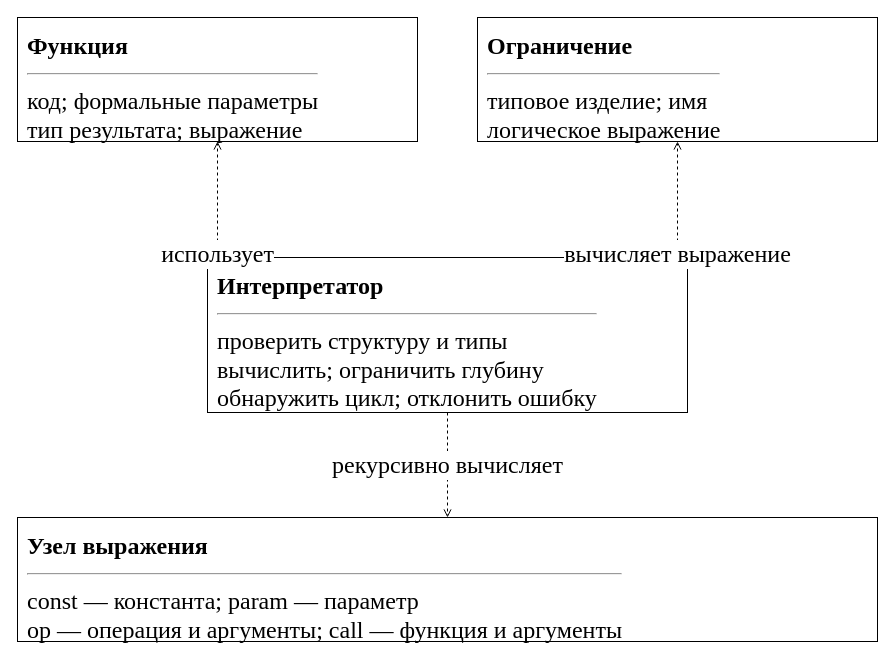
10xtheo/mispris-sem7 keeps this draw.io diagram as utils/lab7/diagrams/04_classes_interpreter.drawio. Above is the earlier version. Source tidied: cells renumbered, new cells numbered last; positions are measured from the earlier drawing's top-left corner, leaving out a move shared by most shapes. Both pictures are drawn from the tidied source at 100%, with x=0, y=0 at pixel (17, 17).
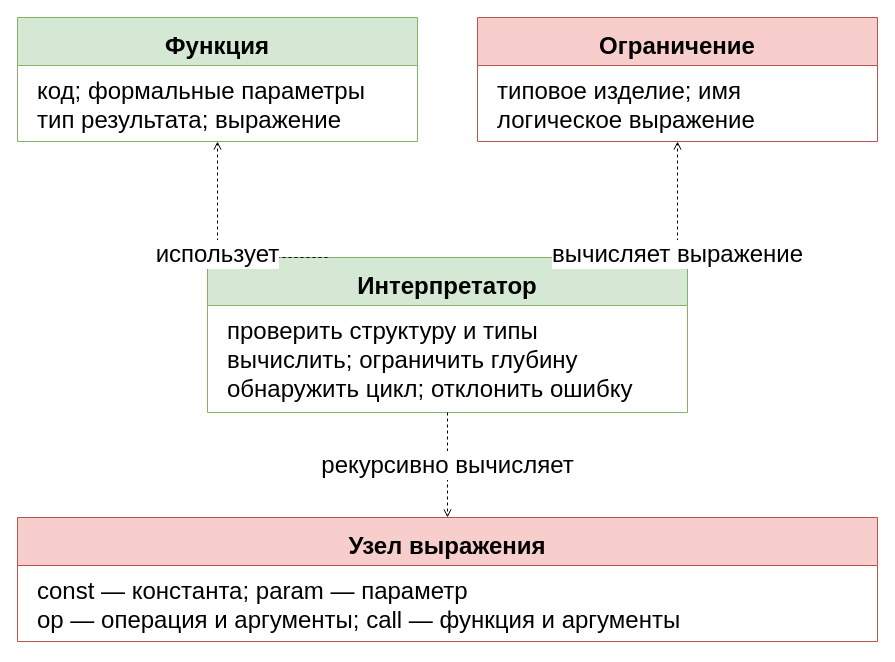
The same page after the edit.

Change to the diagram source:
```diff
@@
 <mxGraphModel>
   <root>
     <mxCell id="0" />
     <mxCell id="1" parent="0" />
-    <mxCell id="2" value="&lt;b&gt;Функция&lt;/b&gt;&lt;hr&gt;код; формальные параметры&lt;br&gt;тип результата; выражение" style="rounded=0;whiteSpace=wrap;html=1;align=left;verticalAlign=top;fontFamily=Times New Roman;fontSize=24;spacing=10;fillColor=#ffffff;strokeColor=#000000;" parent="1" vertex="1">
+    <mxCell id="2" value="Функция" style="rounded=0;whiteSpace=wrap;html=1;align=center;verticalAlign=top;fontFamily=Arial;fontSize=24;spacing=10;fillColor=#d5e8d4;strokeColor=#82b366;shape=swimlane;startSize=48;fontStyle=1;swimlaneFillColor=#ffffff;" parent="1" vertex="1">
       <mxGeometry width="400" height="124" as="geometry" />
     </mxCell>
+    <mxCell id="9" value="код; формальные параметры&lt;br&gt;тип результата; выражение" style="text;html=1;align=left;verticalAlign=top;fontFamily=Arial;fontSize=24;spacingLeft=18;spacingTop=5;fillColor=none;strokeColor=none;" parent="2" vertex="1">
+      <mxGeometry y="48" width="400" height="76" as="geometry" />
+    </mxCell>
-    <mxCell id="3" value="&lt;b&gt;Ограничение&lt;/b&gt;&lt;hr&gt;типовое изделие; имя&lt;br&gt;логическое выражение" style="rounded=0;whiteSpace=wrap;html=1;align=left;verticalAlign=top;fontFamily=Times New Roman;fontSize=24;spacing=10;fillColor=#ffffff;strokeColor=#000000;" parent="1" vertex="1">
+    <mxCell id="3" value="Ограничение" style="rounded=0;whiteSpace=wrap;html=1;align=center;verticalAlign=top;fontFamily=Arial;fontSize=24;spacing=10;fillColor=#f8cecc;strokeColor=#b85450;shape=swimlane;startSize=48;fontStyle=1;swimlaneFillColor=#ffffff;" parent="1" vertex="1">
       <mxGeometry x="460" width="400" height="124" as="geometry" />
     </mxCell>
+    <mxCell id="10" value="типовое изделие; имя&lt;br&gt;логическое выражение" style="text;html=1;align=left;verticalAlign=top;fontFamily=Arial;fontSize=24;spacingLeft=18;spacingTop=5;fillColor=none;strokeColor=none;" parent="3" vertex="1">
+      <mxGeometry y="48" width="400" height="76" as="geometry" />
+    </mxCell>
-    <mxCell id="4" value="&lt;b&gt;Интерпретатор&lt;/b&gt;&lt;hr&gt;проверить структуру и типы&lt;br&gt;вычислить; ограничить глубину&lt;br&gt;обнаружить цикл; отклонить ошибку" style="rounded=0;whiteSpace=wrap;html=1;align=left;verticalAlign=top;fontFamily=Times New Roman;fontSize=24;spacing=10;fillColor=#ffffff;strokeColor=#000000;" parent="1" vertex="1">
+    <mxCell id="4" value="Интерпретатор" style="rounded=0;whiteSpace=wrap;html=1;align=center;verticalAlign=top;fontFamily=Arial;fontSize=24;spacing=10;fillColor=#d5e8d4;strokeColor=#82b366;shape=swimlane;startSize=48;fontStyle=1;swimlaneFillColor=#ffffff;" parent="1" vertex="1">
       <mxGeometry x="190" y="240" width="480" height="155" as="geometry" />
     </mxCell>
+    <mxCell id="11" value="проверить структуру и типы&lt;br&gt;вычислить; ограничить глубину&lt;br&gt;обнаружить цикл; отклонить ошибку" style="text;html=1;align=left;verticalAlign=top;fontFamily=Arial;fontSize=24;spacingLeft=18;spacingTop=5;fillColor=none;strokeColor=none;" parent="4" vertex="1">
+      <mxGeometry y="48" width="480" height="107" as="geometry" />
+    </mxCell>
-    <mxCell id="5" value="&lt;b&gt;Узел выражения&lt;/b&gt;&lt;hr&gt;const — константа; param — параметр&lt;br&gt;op — операция и аргументы; call — функция и аргументы" style="rounded=0;whiteSpace=wrap;html=1;align=left;verticalAlign=top;fontFamily=Times New Roman;fontSize=24;spacing=10;fillColor=#ffffff;strokeColor=#000000;" parent="1" vertex="1">
+    <mxCell id="5" value="Узел выражения" style="rounded=0;whiteSpace=wrap;html=1;align=center;verticalAlign=top;fontFamily=Arial;fontSize=24;spacing=10;fillColor=#f8cecc;strokeColor=#b85450;shape=swimlane;startSize=48;fontStyle=1;swimlaneFillColor=#ffffff;" parent="1" vertex="1">
       <mxGeometry y="500" width="860" height="124" as="geometry" />
     </mxCell>
+    <mxCell id="12" value="const — константа; param — параметр&lt;br&gt;op — операция и аргументы; call — функция и аргументы" style="text;html=1;align=left;verticalAlign=top;fontFamily=Arial;fontSize=24;spacingLeft=18;spacingTop=5;fillColor=none;strokeColor=none;" parent="5" vertex="1">
+      <mxGeometry y="48" width="860" height="76" as="geometry" />
+    </mxCell>
-    <mxCell id="6" value="использует" style="edgeStyle=orthogonalEdgeStyle;rounded=0;html=1;endArrow=open;fontFamily=Times New Roman;fontSize=24;labelBackgroundColor=#ffffff;exitX=0.25;exitY=0.0;entryX=0.5;entryY=1.0;dashed=1;endArrow=open;" parent="1" edge="1" source="4" target="2">
+    <mxCell id="6" value="использует" style="edgeStyle=orthogonalEdgeStyle;rounded=0;html=1;endArrow=open;fontFamily=Arial;fontSize=24;labelBackgroundColor=#ffffff;exitX=0.25;exitY=0.0;entryX=0.5;entryY=1.0;dashed=1;endArrow=open;" parent="1" edge="1" source="4" target="2">
       <mxGeometry relative="1" as="geometry">
         <Array as="points">
           <mxPoint x="310" y="240" />
           <mxPoint x="200" y="240" />
         </Array>
       </mxGeometry>
     </mxCell>
-    <mxCell id="7" value="вычисляет выражение" style="edgeStyle=orthogonalEdgeStyle;rounded=0;html=1;endArrow=open;fontFamily=Times New Roman;fontSize=24;labelBackgroundColor=#ffffff;exitX=0.75;exitY=0.0;entryX=0.5;entryY=1.0;dashed=1;endArrow=open;" parent="1" edge="1" source="4" target="3">
+    <mxCell id="7" value="вычисляет выражение" style="edgeStyle=orthogonalEdgeStyle;rounded=0;html=1;endArrow=open;fontFamily=Arial;fontSize=24;labelBackgroundColor=#ffffff;exitX=0.75;exitY=0.0;entryX=0.5;entryY=1.0;dashed=1;endArrow=open;" parent="1" edge="1" source="4" target="3">
       <mxGeometry relative="1" as="geometry">
         <Array as="points">
           <mxPoint x="550" y="240" />
           <mxPoint x="660" y="240" />
         </Array>
       </mxGeometry>
     </mxCell>
-    <mxCell id="8" value="рекурсивно вычисляет" style="edgeStyle=orthogonalEdgeStyle;rounded=0;html=1;endArrow=open;fontFamily=Times New Roman;fontSize=24;labelBackgroundColor=#ffffff;exitX=0.5;exitY=1.0;entryX=0.5;entryY=0.0;dashed=1;endArrow=open;" parent="1" edge="1" source="4" target="5">
+    <mxCell id="8" value="рекурсивно вычисляет" style="edgeStyle=orthogonalEdgeStyle;rounded=0;html=1;endArrow=open;fontFamily=Arial;fontSize=24;labelBackgroundColor=#ffffff;exitX=0.5;exitY=1.0;entryX=0.5;entryY=0.0;dashed=1;endArrow=open;" parent="1" edge="1" source="4" target="5">
       <mxGeometry relative="1" as="geometry" />
     </mxCell>
   </root>
 </mxGraphModel>
```
